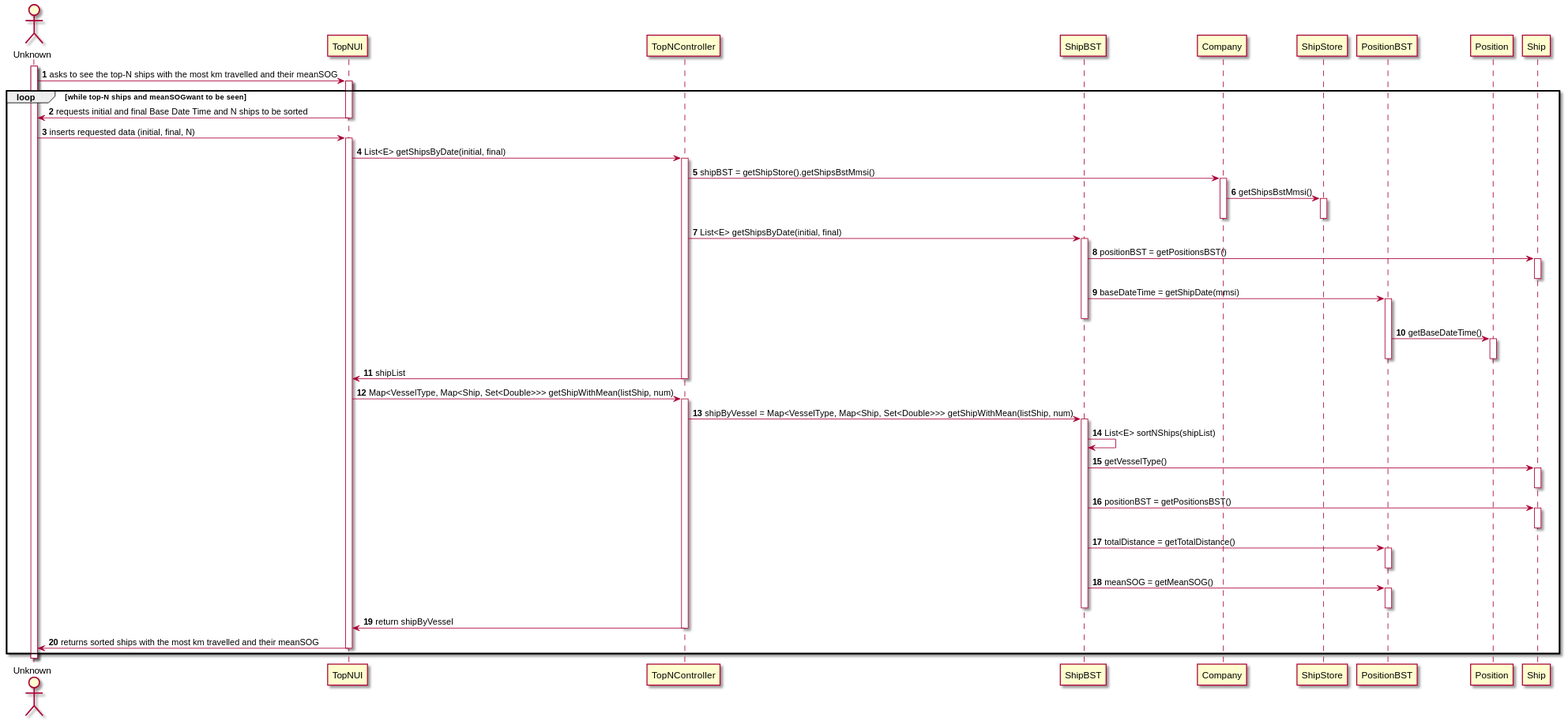
The PlantUML diagram docs/US106/US106_SD.svg in ana-albergaria/LAPR3-ISEP, before a commit.
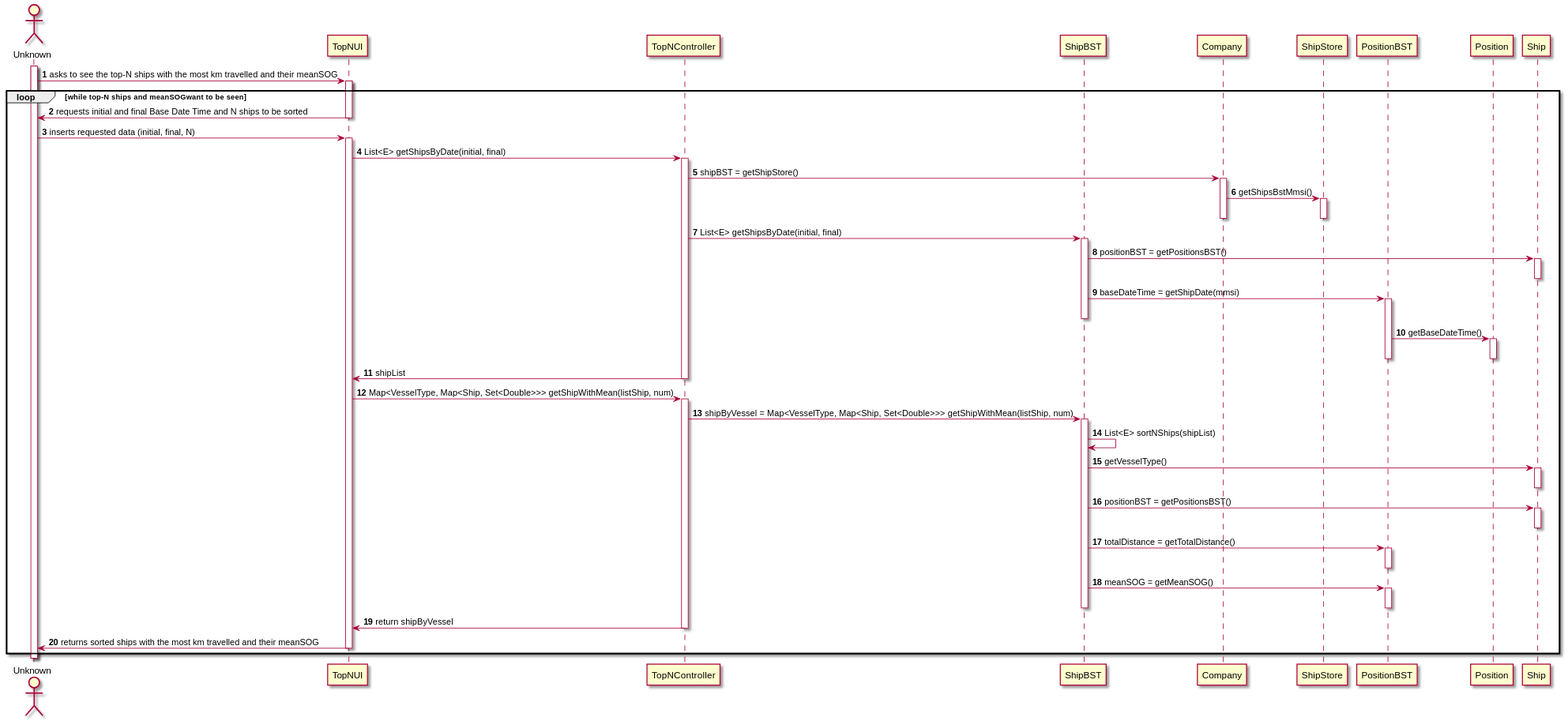
Later version of the same file.

What changed in the source:
```diff
@@ -23,7 +23,7 @@
 activate UI
 UI -> CTRL : List<E> getShipsByDate(initial, final)
 activate CTRL
-CTRL -> COMP : shipBST = getShipStore().getShipsBstMmsi()
+CTRL -> COMP : shipBST = getShipStore()
         activate COMP
         COMP -> SHSTR : getShipsBstMmsi()
         activate SHSTR
```
